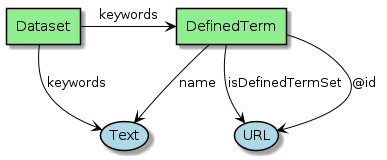
This is series/diagrams/DescriptiveKeywords.png from eovoc/eo-on-schema.org, a PlantUML export, as it was before one commit.
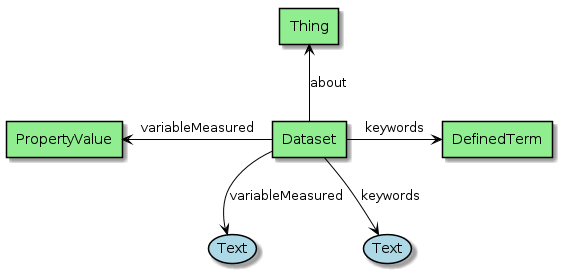
The same file after the commit.

Change to the diagram source:
```diff
@@ -17,12 +17,17 @@
 
 agent Dataset
 agent DefinedTerm
+agent Thing
+agent PropertyValue
 
-Dataset -right-> (Text) : "keywords"
+
+Dataset --> (Text ) : "variableMeasured"
+
+Dataset -down-> (Text) : "keywords"
 
 Dataset -right-> DefinedTerm : "keywords"
 
-DefinedTerm --> (Text) : "name"
-DefinedTerm --> (URL) : "@id"
-DefinedTerm -right-> (URL) : "isDefinedTermSet"
+Dataset -up-> Thing : "about"
+
+Dataset -left-> PropertyValue : "variableMeasured"
 @enduml
```
